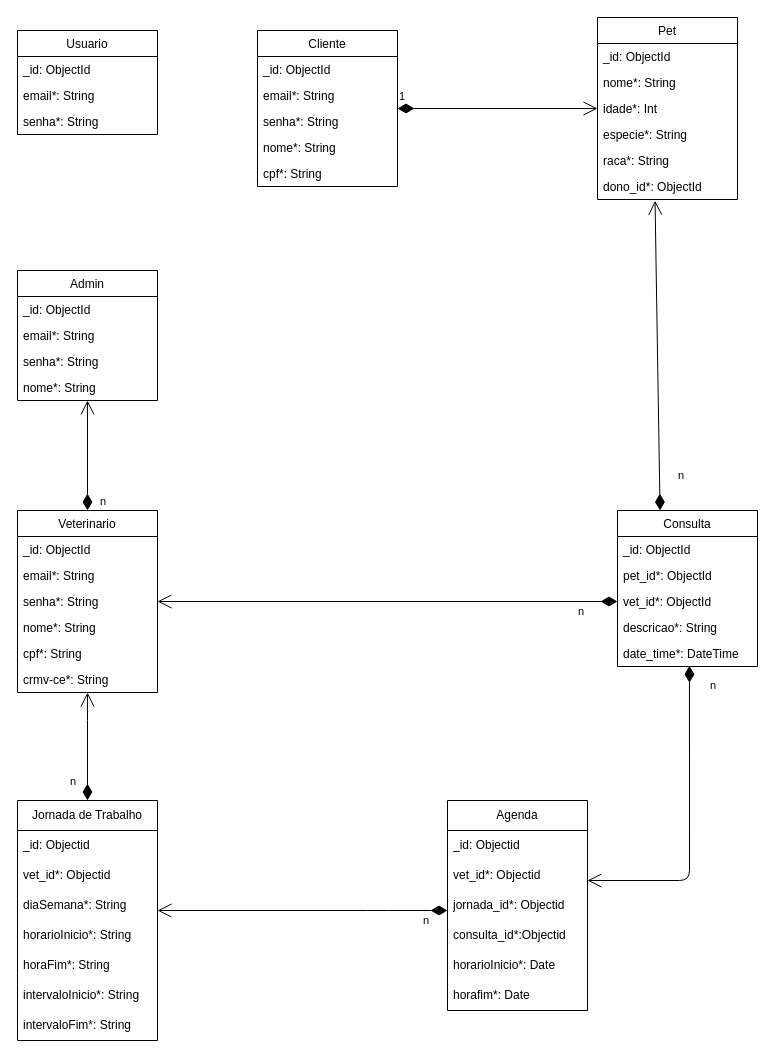
Earlier version of the draw.io diagram pet-clinic/docs/DER.drawio (FatecFranca/DSM-G03-PI3-2023-1). Source tidied: cells renumbered, new cells numbered last; positions are measured from the earlier drawing's top-left corner, leaving out a move shared by most shapes. Both pictures are drawn from the tidied source at 100%, with x=0, y=0 at pixel (17, 17).
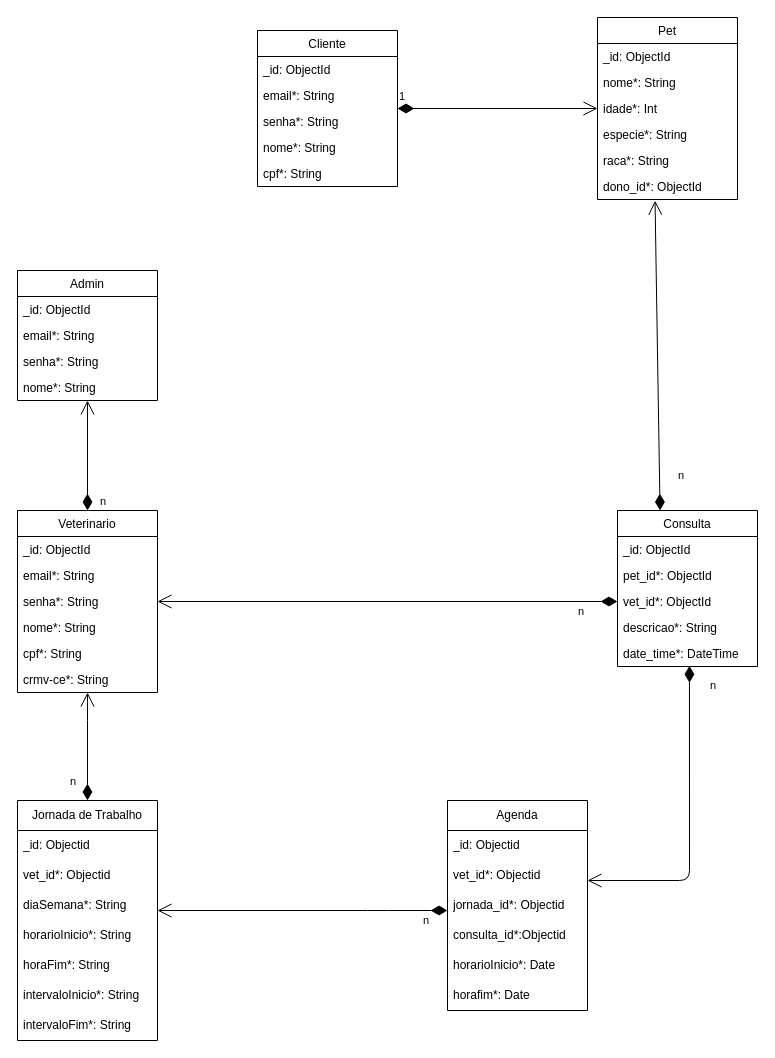
Above is the later version.

Commit message:
ajuste DER

Diff of the diagram source:
```diff
@@
-    <mxCell id="37" value="Usuario" style="swimlane;fontStyle=0;horizontal=1;startSize=26;fillColor=none;" parent="1" vertex="1">
-      <mxGeometry y="13" width="140" height="104" as="geometry" />
-    </mxCell>
-    <mxCell id="38" value="_id: ObjectId" style="text;strokeColor=none;fillColor=none;align=left;verticalAlign=top;spacingLeft=4;spacingRight=4;overflow=hidden;" parent="37" vertex="1">
-      <mxGeometry y="26" width="140" height="26" as="geometry" />
-    </mxCell>
-    <mxCell id="39" value="email*: String" style="text;strokeColor=none;fillColor=none;align=left;verticalAlign=top;spacingLeft=4;spacingRight=4;overflow=hidden;" parent="37" vertex="1">
-      <mxGeometry y="52" width="140" height="26" as="geometry" />
-    </mxCell>
-    <mxCell id="40" value="senha*: String" style="text;strokeColor=none;fillColor=none;align=left;verticalAlign=top;spacingLeft=4;spacingRight=4;overflow=hidden;" parent="37" vertex="1">
-      <mxGeometry y="78" width="140" height="26" as="geometry" />
-    </mxCell>
```
